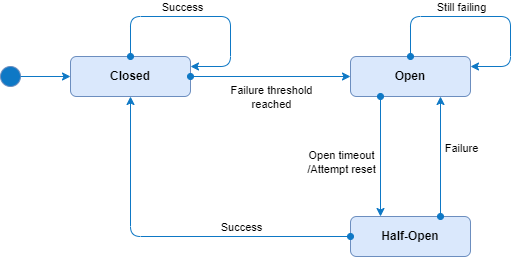
Earlier version of the draw.io export technology-expertise/images/arc-snippets/circuit-breaker-pattern.drawio.png (alwarmb/alwarmb.github.io). Source tidied: cells renumbered, new cells last; positions are measured from the earlier drawing's top-left corner, leaving out a move shared by most shapes.
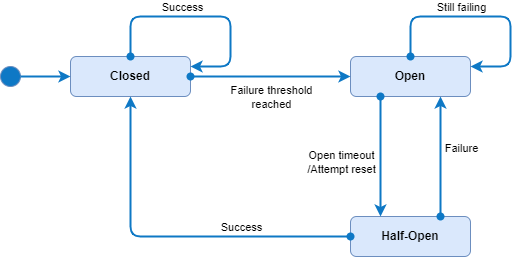
The same diagram one commit later.

What changed in the source:
```diff
@@ -11,7 +11,7 @@
     <mxCell id="4" value="Half-Open" style="rounded=1;whiteSpace=wrap;html=1;fillColor=#dae8fc;strokeColor=#6c8ebf;fontStyle=1;" parent="1" vertex="1">
       <mxGeometry x="350" y="200" width="120" height="40" as="geometry" />
     </mxCell>
-    <mxCell id="5" style="edgeStyle=orthogonalEdgeStyle;html=1;strokeColor=#0E78C5;exitX=0.5;exitY=0;exitDx=0;exitDy=0;startArrow=oval;startFill=1;" parent="1" edge="1" source="2">
+    <mxCell id="5" style="edgeStyle=orthogonalEdgeStyle;html=1;strokeColor=#0E78C5;exitX=0.5;exitY=0;exitDx=0;exitDy=0;startArrow=oval;startFill=1;strokeWidth=2;" parent="1" edge="1" source="2">
       <mxGeometry relative="1" as="geometry">
         <mxPoint x="190" y="50" as="targetPoint" />
         <Array as="points">
@@ -26,7 +26,7 @@
         <mxPoint x="23" y="-8" as="offset" />
       </mxGeometry>
     </mxCell>
-    <mxCell id="7" style="edgeStyle=orthogonalEdgeStyle;html=1;strokeColor=#0E78C5;exitX=0.5;exitY=0;exitDx=0;exitDy=0;entryX=1;entryY=0.25;entryDx=0;entryDy=0;startArrow=oval;startFill=1;" parent="1" edge="1" source="3" target="3">
+    <mxCell id="7" style="edgeStyle=orthogonalEdgeStyle;html=1;strokeColor=#0E78C5;exitX=0.5;exitY=0;exitDx=0;exitDy=0;entryX=1;entryY=0.25;entryDx=0;entryDy=0;startArrow=oval;startFill=1;strokeWidth=2;" parent="1" edge="1" source="3" target="3">
       <mxGeometry relative="1" as="geometry">
         <Array as="points">
           <mxPoint x="410" />
@@ -40,7 +40,7 @@
         <mxPoint x="-31" y="-8" as="offset" />
       </mxGeometry>
     </mxCell>
-    <mxCell id="9" style="edgeStyle=none;html=1;entryX=0;entryY=0.5;entryDx=0;entryDy=0;fillColor=#dae8fc;strokeColor=#0E78C5;startArrow=oval;startFill=1;" parent="1" edge="1" source="2" target="3">
+    <mxCell id="9" style="edgeStyle=none;html=1;entryX=0;entryY=0.5;entryDx=0;entryDy=0;fillColor=#dae8fc;strokeColor=#0E78C5;startArrow=oval;startFill=1;strokeWidth=2;" parent="1" edge="1" source="2" target="3">
       <mxGeometry relative="1" as="geometry" />
     </mxCell>
     <mxCell id="10" value="Failure threshold&lt;br&gt;reached" style="edgeLabel;html=1;align=center;verticalAlign=middle;labelBackgroundColor=none;" parent="9" vertex="1">
@@ -51,10 +51,10 @@
     <mxCell id="11" style="ellipse;whiteSpace=wrap;html=1;strokeColor=#6c8ebf;fillColor=#0E78C5;" parent="1" vertex="1">
       <mxGeometry y="50" width="20" height="20" as="geometry" />
     </mxCell>
-    <mxCell id="12" style="edgeStyle=orthogonalEdgeStyle;html=1;entryX=0;entryY=0.5;entryDx=0;entryDy=0;strokeColor=#0E78C5;startArrow=none;startFill=0;" parent="1" edge="1" source="11" target="2">
+    <mxCell id="12" style="edgeStyle=orthogonalEdgeStyle;html=1;entryX=0;entryY=0.5;entryDx=0;entryDy=0;strokeColor=#0E78C5;startArrow=none;startFill=0;strokeWidth=2;" parent="1" edge="1" source="11" target="2">
       <mxGeometry relative="1" as="geometry" />
     </mxCell>
-    <mxCell id="13" style="edgeStyle=orthogonalEdgeStyle;html=1;entryX=0.75;entryY=1;entryDx=0;entryDy=0;strokeColor=#0E78C5;startArrow=oval;startFill=1;exitX=0.75;exitY=0;exitDx=0;exitDy=0;" parent="1" edge="1" source="4" target="3">
+    <mxCell id="13" style="edgeStyle=orthogonalEdgeStyle;html=1;entryX=0.75;entryY=1;entryDx=0;entryDy=0;strokeColor=#0E78C5;startArrow=oval;startFill=1;exitX=0.75;exitY=0;exitDx=0;exitDy=0;strokeWidth=2;" parent="1" edge="1" source="4" target="3">
       <mxGeometry relative="1" as="geometry" />
     </mxCell>
     <mxCell id="14" value="Failure" style="edgeLabel;html=1;align=center;verticalAlign=middle;labelBackgroundColor=none;" parent="13" vertex="1">
@@ -62,7 +62,7 @@
         <mxPoint x="22" as="offset" />
       </mxGeometry>
     </mxCell>
-    <mxCell id="15" style="edgeStyle=orthogonalEdgeStyle;html=1;entryX=0.25;entryY=0;entryDx=0;entryDy=0;strokeColor=#0E78C5;startArrow=oval;startFill=1;exitX=0.25;exitY=1;exitDx=0;exitDy=0;" parent="1" edge="1" source="3" target="4">
+    <mxCell id="15" style="edgeStyle=orthogonalEdgeStyle;html=1;entryX=0.25;entryY=0;entryDx=0;entryDy=0;strokeColor=#0E78C5;startArrow=oval;startFill=1;exitX=0.25;exitY=1;exitDx=0;exitDy=0;strokeWidth=2;" parent="1" edge="1" source="3" target="4">
       <mxGeometry relative="1" as="geometry" />
     </mxCell>
     <mxCell id="16" value="Open timeout&lt;br&gt;/Attempt reset" style="edgeLabel;html=1;align=center;verticalAlign=middle;labelBackgroundColor=none;" parent="15" vertex="1">
@@ -70,7 +70,7 @@
         <mxPoint x="-36" as="offset" />
       </mxGeometry>
     </mxCell>
-    <mxCell id="17" style="edgeStyle=orthogonalEdgeStyle;html=1;entryX=0.5;entryY=1;entryDx=0;entryDy=0;strokeColor=#0E78C5;startArrow=oval;startFill=1;" parent="1" edge="1" source="4" target="2">
+    <mxCell id="17" style="edgeStyle=orthogonalEdgeStyle;html=1;entryX=0.5;entryY=1;entryDx=0;entryDy=0;strokeColor=#0E78C5;startArrow=oval;startFill=1;strokeWidth=2;" parent="1" edge="1" source="4" target="2">
       <mxGeometry relative="1" as="geometry" />
     </mxCell>
     <mxCell id="18" value="Success" style="edgeLabel;html=1;align=center;verticalAlign=middle;labelBackgroundColor=none;" parent="17" vertex="1">
```
